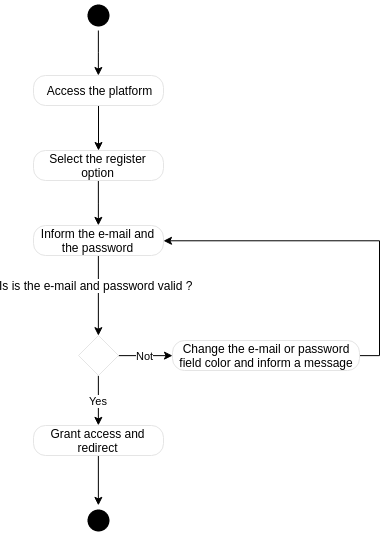
Earlier version of the draw.io export documentation/diagrams/activity/user/register.png (hydroxion/document). Source tidied: cells renumbered, new cells last; positions are measured from the earlier drawing's top-left corner, leaving out a move shared by most shapes. Source of this version:
```xml
<mxGraphModel>
  <root>
    <mxCell id="0" />
    <mxCell id="1" parent="0" />
    <mxCell id="2" style="edgeStyle=orthogonalEdgeStyle;rounded=0;jettySize=auto;html=1;exitX=0.5;exitY=1;exitDx=0;exitDy=0;" parent="1" edge="1" source="3" target="5">
      <mxGeometry relative="1" as="geometry" />
    </mxCell>
    <mxCell id="3" style="ellipse;html=1;shape=startState;fillColor=#000000;strokeColor=none;" parent="1" vertex="1">
      <mxGeometry x="50" width="30" height="30" as="geometry" />
    </mxCell>
    <mxCell id="4" style="edgeStyle=orthogonalEdgeStyle;rounded=0;jettySize=auto;html=1;" parent="1" edge="1" source="5" target="7">
      <mxGeometry relative="1" as="geometry" />
    </mxCell>
    <mxCell id="5" value="Access the platform" style="rounded=1;whiteSpace=wrap;html=1;arcSize=40;fontColor=#000000;fillColor=#FFFFFF;strokeColor=#e5e5e5;" parent="1" vertex="1">
      <mxGeometry y="75" width="130" height="30" as="geometry" />
    </mxCell>
    <mxCell id="6" style="edgeStyle=orthogonalEdgeStyle;rounded=0;jettySize=auto;html=1;entryX=0.5;entryY=0;entryDx=0;entryDy=0;" parent="1" edge="1" source="7" target="10">
      <mxGeometry relative="1" as="geometry" />
    </mxCell>
    <mxCell id="7" value="Select the register option" style="rounded=1;whiteSpace=wrap;html=1;arcSize=40;fontColor=#000000;fillColor=#FFFFFF;strokeColor=#e5e5e5;" parent="1" vertex="1">
      <mxGeometry y="150" width="130" height="30" as="geometry" />
    </mxCell>
    <mxCell id="8" style="edgeStyle=orthogonalEdgeStyle;rounded=0;jettySize=auto;html=1;exitX=0.5;exitY=1;exitDx=0;exitDy=0;entryX=0.5;entryY=0;entryDx=0;entryDy=0;" parent="1" edge="1" source="10" target="13">
      <mxGeometry relative="1" as="geometry" />
    </mxCell>
    <mxCell id="9" value="Is is the e-mail and password valid&amp;nbsp;?" style="text;html=1;align=center;verticalAlign=middle;labelBackgroundColor=#ffffff;" parent="8" vertex="1">
      <mxGeometry x="-0.28" y="-2" relative="1" as="geometry" />
    </mxCell>
    <mxCell id="10" value="Inform the e-mail and the password&lt;br&gt;" style="rounded=1;whiteSpace=wrap;html=1;arcSize=40;fontColor=#000000;fillColor=#FFFFFF;strokeColor=#e5e5e5;" parent="1" vertex="1">
      <mxGeometry y="225" width="130" height="30" as="geometry" />
    </mxCell>
    <mxCell id="11" value="Not" style="edgeStyle=orthogonalEdgeStyle;rounded=0;jettySize=auto;html=1;" parent="1" edge="1" source="13" target="15">
      <mxGeometry relative="1" as="geometry" />
    </mxCell>
    <mxCell id="12" value="Yes" style="edgeStyle=orthogonalEdgeStyle;rounded=0;jettySize=auto;html=1;exitX=0.5;exitY=1;exitDx=0;exitDy=0;entryX=0.5;entryY=0;entryDx=0;entryDy=0;" parent="1" edge="1" source="13" target="17">
      <mxGeometry relative="1" as="geometry" />
    </mxCell>
    <mxCell id="13" style="rhombus;whiteSpace=wrap;html=1;strokeColor=#e5e5e5;fillColor=#FFFFFF;" parent="1" vertex="1">
      <mxGeometry x="45" y="335" width="40" height="40" as="geometry" />
    </mxCell>
    <mxCell id="14" style="edgeStyle=orthogonalEdgeStyle;rounded=0;jettySize=auto;html=1;exitX=1;exitY=0.5;exitDx=0;exitDy=0;entryX=1;entryY=0.5;entryDx=0;entryDy=0;" parent="1" edge="1" source="15" target="10">
      <mxGeometry relative="1" as="geometry" />
    </mxCell>
    <mxCell id="15" value="Change the e-mail or password field color and inform a message&lt;br&gt;" style="rounded=1;whiteSpace=wrap;html=1;arcSize=40;fontColor=#000000;fillColor=#FFFFFF;strokeColor=#e5e5e5;" parent="1" vertex="1">
      <mxGeometry x="139" y="340" width="187" height="30" as="geometry" />
    </mxCell>
    <mxCell id="16" style="edgeStyle=orthogonalEdgeStyle;rounded=0;jettySize=auto;html=1;exitX=0.5;exitY=1;exitDx=0;exitDy=0;entryX=0.5;entryY=0;entryDx=0;entryDy=0;" parent="1" edge="1" source="17" target="18">
      <mxGeometry relative="1" as="geometry" />
    </mxCell>
    <mxCell id="17" value="Grant access and redirect&lt;br&gt;" style="rounded=1;whiteSpace=wrap;html=1;arcSize=40;fontColor=#000000;fillColor=#FFFFFF;strokeColor=#e5e5e5;" parent="1" vertex="1">
      <mxGeometry y="425" width="130" height="30" as="geometry" />
    </mxCell>
    <mxCell id="18" style="ellipse;html=1;shape=startState;fillColor=#000000;strokeColor=none;" parent="1" vertex="1">
      <mxGeometry x="50" y="505" width="30" height="30" as="geometry" />
    </mxCell>
  </root>
</mxGraphModel>
```
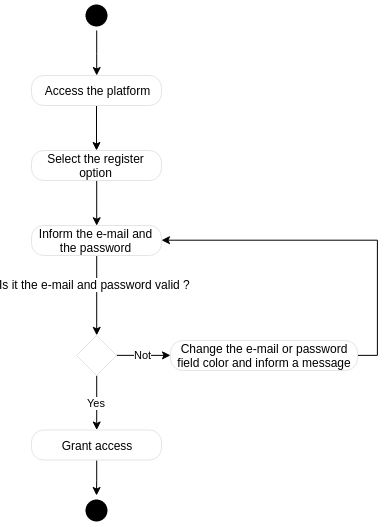
The same file after the commit.

Change to the diagram source:
```diff
@@ -23,7 +23,7 @@
     <mxCell id="8" style="edgeStyle=orthogonalEdgeStyle;rounded=0;jettySize=auto;html=1;exitX=0.5;exitY=1;exitDx=0;exitDy=0;entryX=0.5;entryY=0;entryDx=0;entryDy=0;" parent="1" edge="1" source="10" target="13">
       <mxGeometry relative="1" as="geometry" />
     </mxCell>
-    <mxCell id="9" value="Is is the e-mail and password valid&amp;nbsp;?" style="text;html=1;align=center;verticalAlign=middle;labelBackgroundColor=#ffffff;" parent="8" vertex="1">
+    <mxCell id="9" value="Is it the e-mail and password valid&amp;nbsp;?" style="text;html=1;align=center;verticalAlign=middle;labelBackgroundColor=#ffffff;" parent="8" vertex="1">
       <mxGeometry x="-0.28" y="-2" relative="1" as="geometry" />
     </mxCell>
     <mxCell id="10" value="Inform the e-mail and the password&lt;br&gt;" style="rounded=1;whiteSpace=wrap;html=1;arcSize=40;fontColor=#000000;fillColor=#FFFFFF;strokeColor=#e5e5e5;" parent="1" vertex="1">
@@ -32,7 +32,7 @@
     <mxCell id="11" value="Not" style="edgeStyle=orthogonalEdgeStyle;rounded=0;jettySize=auto;html=1;" parent="1" edge="1" source="13" target="15">
       <mxGeometry relative="1" as="geometry" />
     </mxCell>
-    <mxCell id="12" value="Yes" style="edgeStyle=orthogonalEdgeStyle;rounded=0;jettySize=auto;html=1;exitX=0.5;exitY=1;exitDx=0;exitDy=0;entryX=0.5;entryY=0;entryDx=0;entryDy=0;" parent="1" edge="1" source="13" target="17">
+    <mxCell id="12" value="Yes" style="edgeStyle=orthogonalEdgeStyle;rounded=0;jettySize=auto;html=1;exitX=0.5;exitY=1;exitDx=0;exitDy=0;" parent="1" edge="1" source="13" target="17">
       <mxGeometry relative="1" as="geometry" />
     </mxCell>
     <mxCell id="13" style="rhombus;whiteSpace=wrap;html=1;strokeColor=#e5e5e5;fillColor=#FFFFFF;" parent="1" vertex="1">
@@ -44,14 +44,14 @@
     <mxCell id="15" value="Change the e-mail or password field color and inform a message&lt;br&gt;" style="rounded=1;whiteSpace=wrap;html=1;arcSize=40;fontColor=#000000;fillColor=#FFFFFF;strokeColor=#e5e5e5;" parent="1" vertex="1">
       <mxGeometry x="139" y="340" width="187" height="30" as="geometry" />
     </mxCell>
-    <mxCell id="16" style="edgeStyle=orthogonalEdgeStyle;rounded=0;jettySize=auto;html=1;exitX=0.5;exitY=1;exitDx=0;exitDy=0;entryX=0.5;entryY=0;entryDx=0;entryDy=0;" parent="1" edge="1" source="17" target="18">
+    <mxCell id="16" style="edgeStyle=orthogonalEdgeStyle;rounded=0;jettySize=auto;html=1;exitX=0.5;exitY=1;exitDx=0;exitDy=0;" parent="1" edge="1" source="17" target="18">
       <mxGeometry relative="1" as="geometry" />
     </mxCell>
-    <mxCell id="17" value="Grant access and redirect&lt;br&gt;" style="rounded=1;whiteSpace=wrap;html=1;arcSize=40;fontColor=#000000;fillColor=#FFFFFF;strokeColor=#e5e5e5;" parent="1" vertex="1">
-      <mxGeometry y="425" width="130" height="30" as="geometry" />
+    <mxCell id="17" value="Grant access&lt;br&gt;" style="rounded=1;whiteSpace=wrap;html=1;arcSize=40;fontColor=#000000;fillColor=#FFFFFF;strokeColor=#e5e5e5;" parent="1" vertex="1">
+      <mxGeometry y="429.5" width="130" height="30" as="geometry" />
     </mxCell>
     <mxCell id="18" style="ellipse;html=1;shape=startState;fillColor=#000000;strokeColor=none;" parent="1" vertex="1">
-      <mxGeometry x="50" y="505" width="30" height="30" as="geometry" />
+      <mxGeometry x="50" y="495" width="30" height="30" as="geometry" />
     </mxCell>
   </root>
 </mxGraphModel>
```
